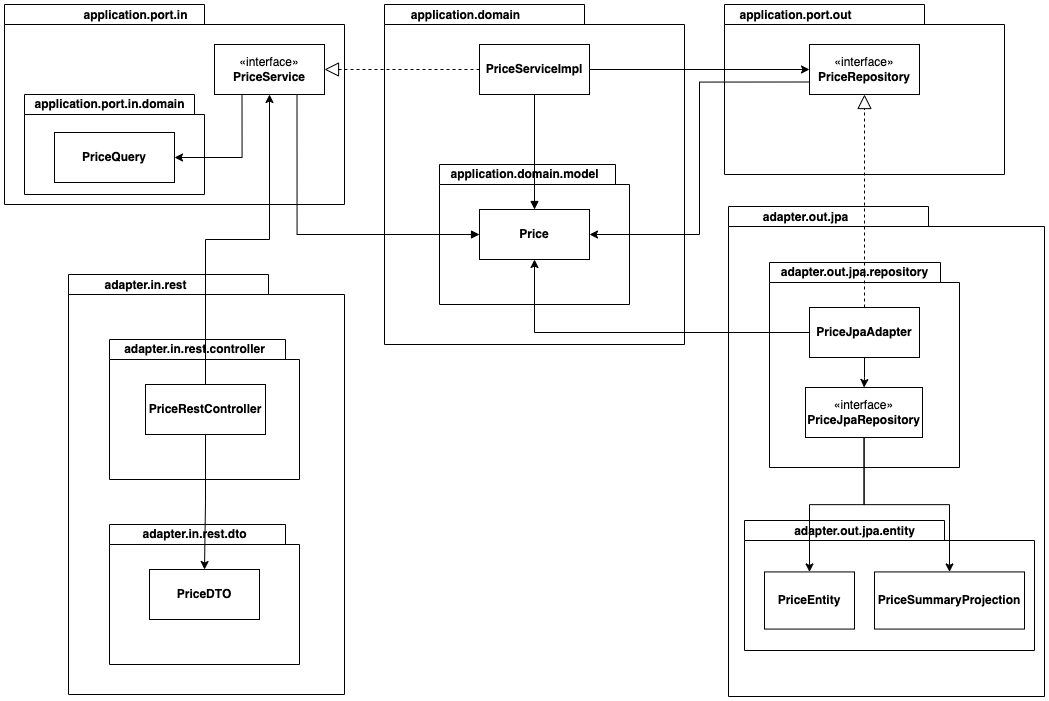
Above: diagram.png in leosthewar/pricing-service (draw.io), before the change. Source tidied: cells renumbered, new cells last; positions are measured from the earlier drawing's top-left corner, leaving out a move shared by most shapes.
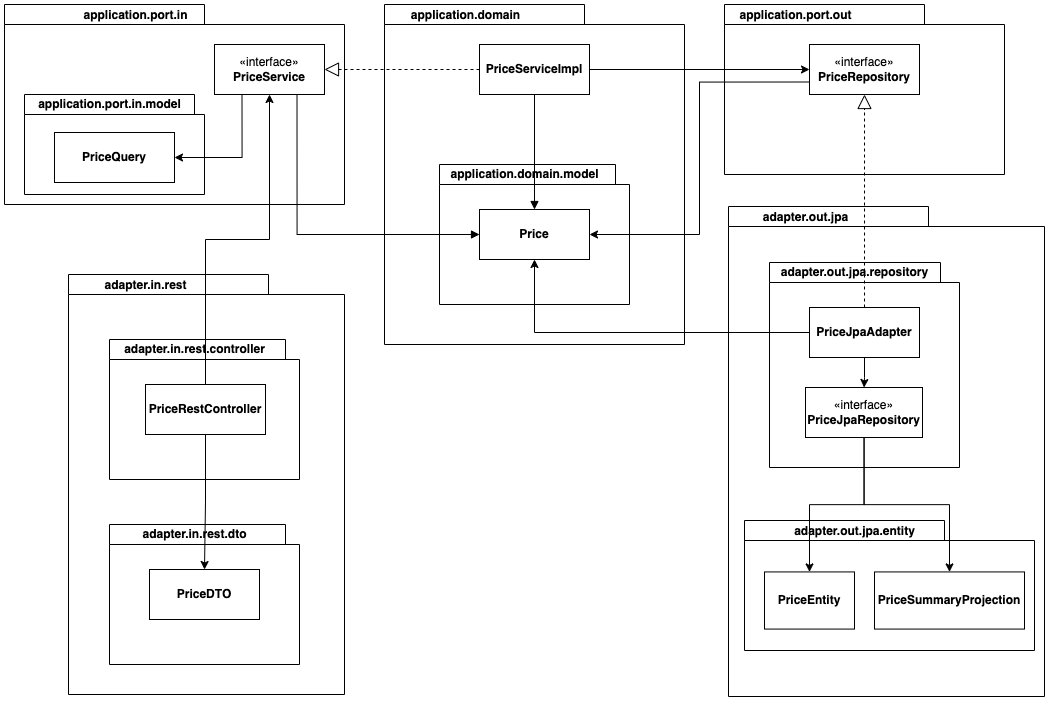
The same file after the commit.

What changed in the source:
```diff
@@ -149,7 +149,7 @@
     <mxCell id="50" style="shape=folder;fontStyle=1;spacingTop=10;tabWidth=200;tabHeight=20;tabPosition=left;html=1;whiteSpace=wrap;" parent="49" vertex="1">
       <mxGeometry width="180" height="100" as="geometry" />
     </mxCell>
-    <mxCell id="51" value="application.port.in.domain" style="text;align=center;fontStyle=1;verticalAlign=middle;spacingLeft=3;spacingRight=3;strokeColor=none;html=1;" parent="49" vertex="1">
+    <mxCell id="51" value="application.port.in.model" style="text;align=center;fontStyle=1;verticalAlign=middle;spacingLeft=3;spacingRight=3;strokeColor=none;html=1;" parent="49" vertex="1">
       <mxGeometry width="170" height="20" as="geometry" />
     </mxCell>
     <mxCell id="52" value="&lt;b&gt;PriceQuery&lt;/b&gt;" style="html=1;whiteSpace=wrap;" parent="49" vertex="1">
```
